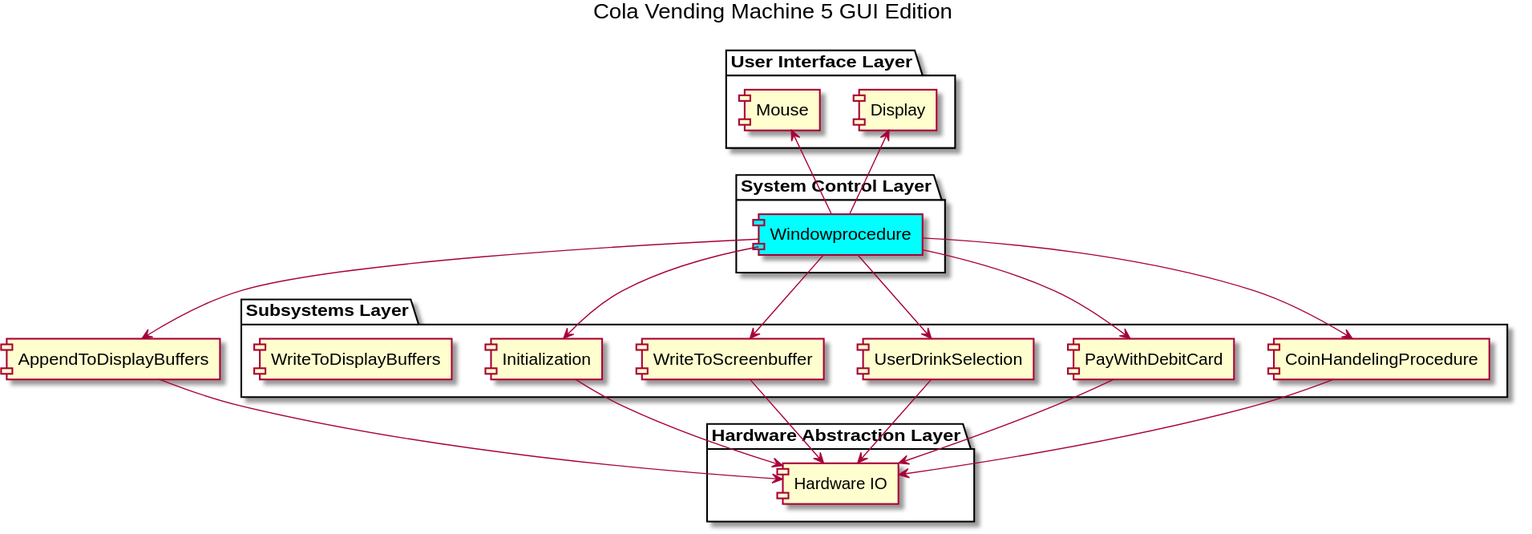
This is PUML/Cola Vending Machine 5 GUI Edition.svg from CupOfEspresso/ColaVendingMachine-5, a PlantUML export, as it was before one commit. The source it was exported from:
```plantuml
@startuml


title Cola Vending Machine 5 GUI Edition

package "User Interface Layer" {
    [Display]
    [Mouse]
}

package "System Control Layer" {
    [Windowprocedure] #Cyan
}

package "Subsystems Layer" {
    [CoinHandelingProcedure]
    [PayWithDebitCard]
    [UserDrinkSelection]
    [WriteToScreenbuffer]
    [Initialization]
    [WriteToDisplayBuffers]
}

package "Hardware Abstraction Layer" {
    [Hardware IO]
}

[Windowprocedure] -up-> [Mouse]
[Windowprocedure] -up-> [Display]

[Windowprocedure] -down-> [CoinHandelingProcedure]
[Windowprocedure] -down-> [PayWithDebitCard]
[Windowprocedure] -down-> [UserDrinkSelection]
[Windowprocedure] -down-> [WriteToScreenbuffer]
[Windowprocedure] -down-> [Initialization]
[Windowprocedure] -down-> [AppendToDisplayBuffers]

[CoinHandelingProcedure] -down-> [Hardware IO]
[PayWithDebitCard] -down-> [Hardware IO]
[UserDrinkSelection] -down-> [Hardware IO]
[WriteToScreenbuffer] -down-> [Hardware IO]
[Initialization] -down-> [Hardware IO]
[AppendToDisplayBuffers] -down-> [Hardware IO]
@enduml
```
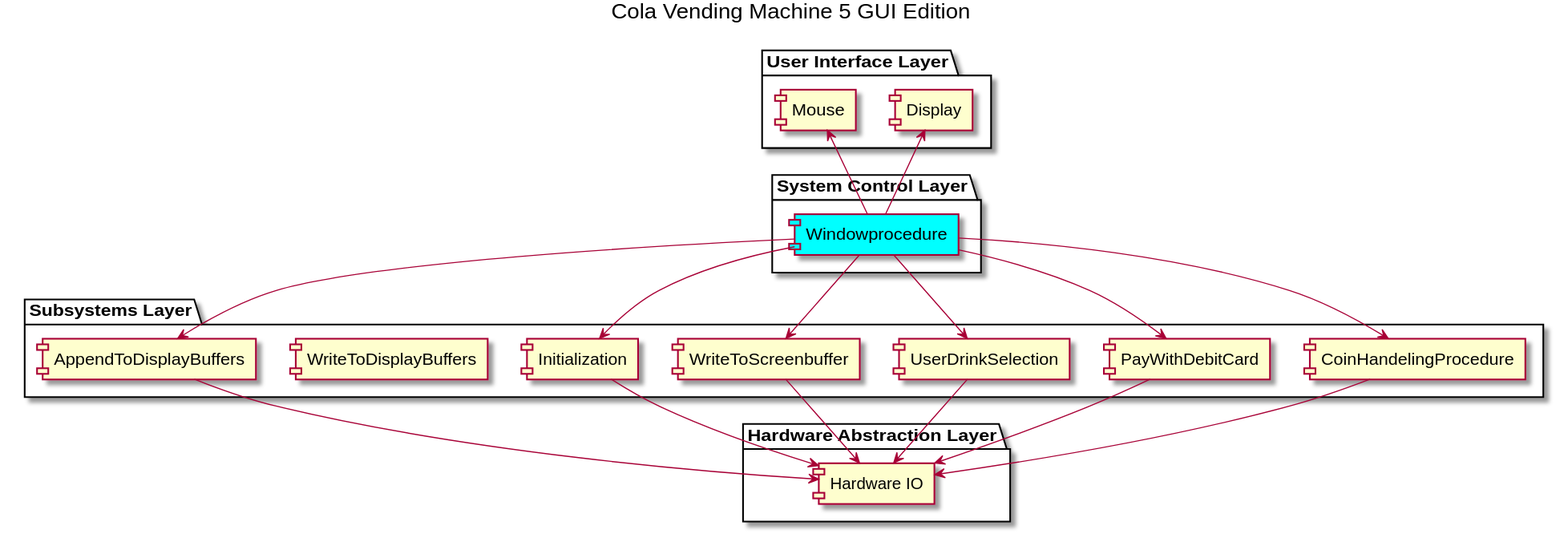
Later version of the same file.

What changed in the source:
```diff
@@ -19,6 +19,7 @@
     [WriteToScreenbuffer]
     [Initialization]
     [WriteToDisplayBuffers]
+    [AppendToDisplayBuffers]
 }
 
 package "Hardware Abstraction Layer" {
```
